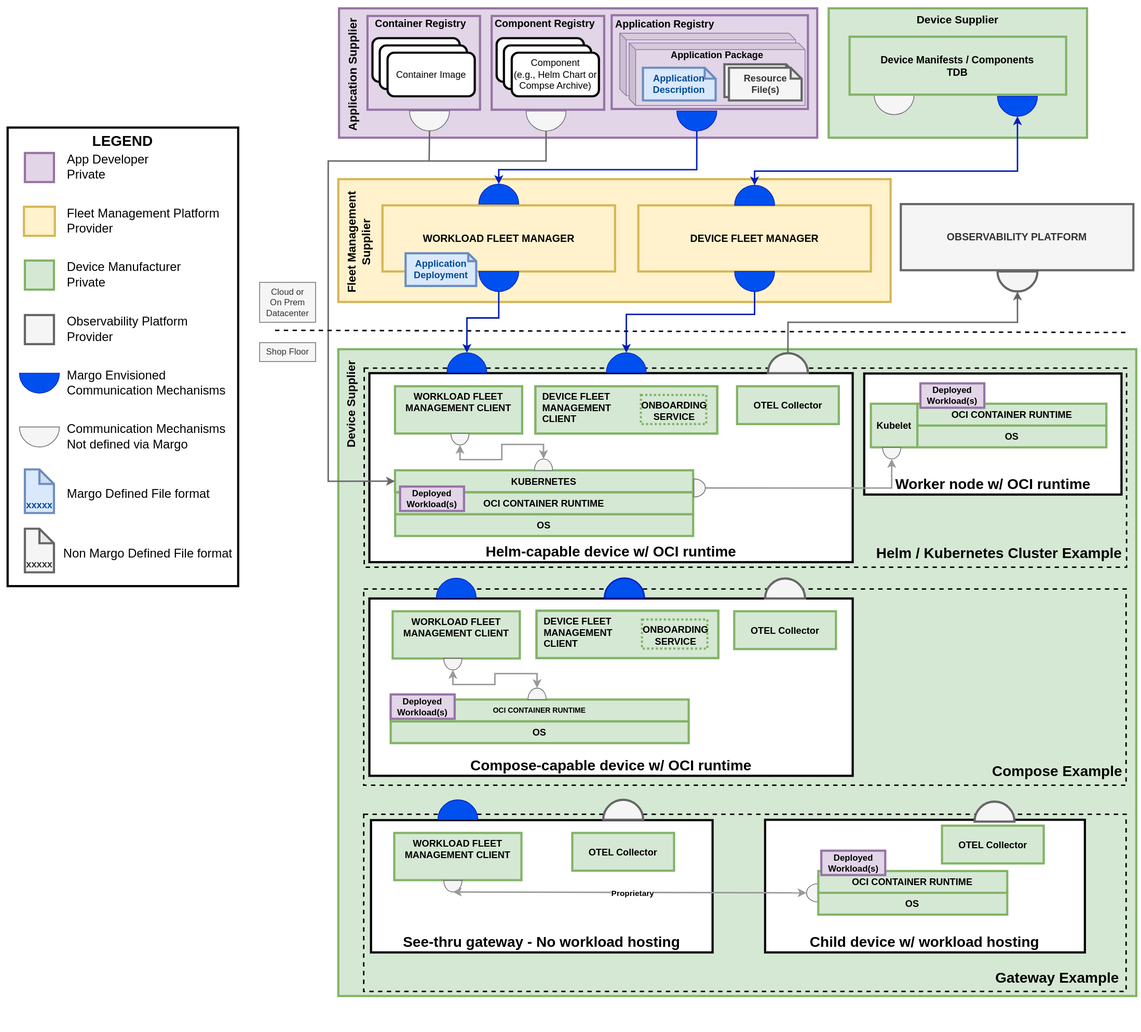
Above: system-design/figures/System-design.drawio.svg in margo/general_website_content (draw.io), before the change. Source tidied: cells renumbered, new cells last; positions are measured from the earlier drawing's top-left corner, leaving out a move shared by most shapes.
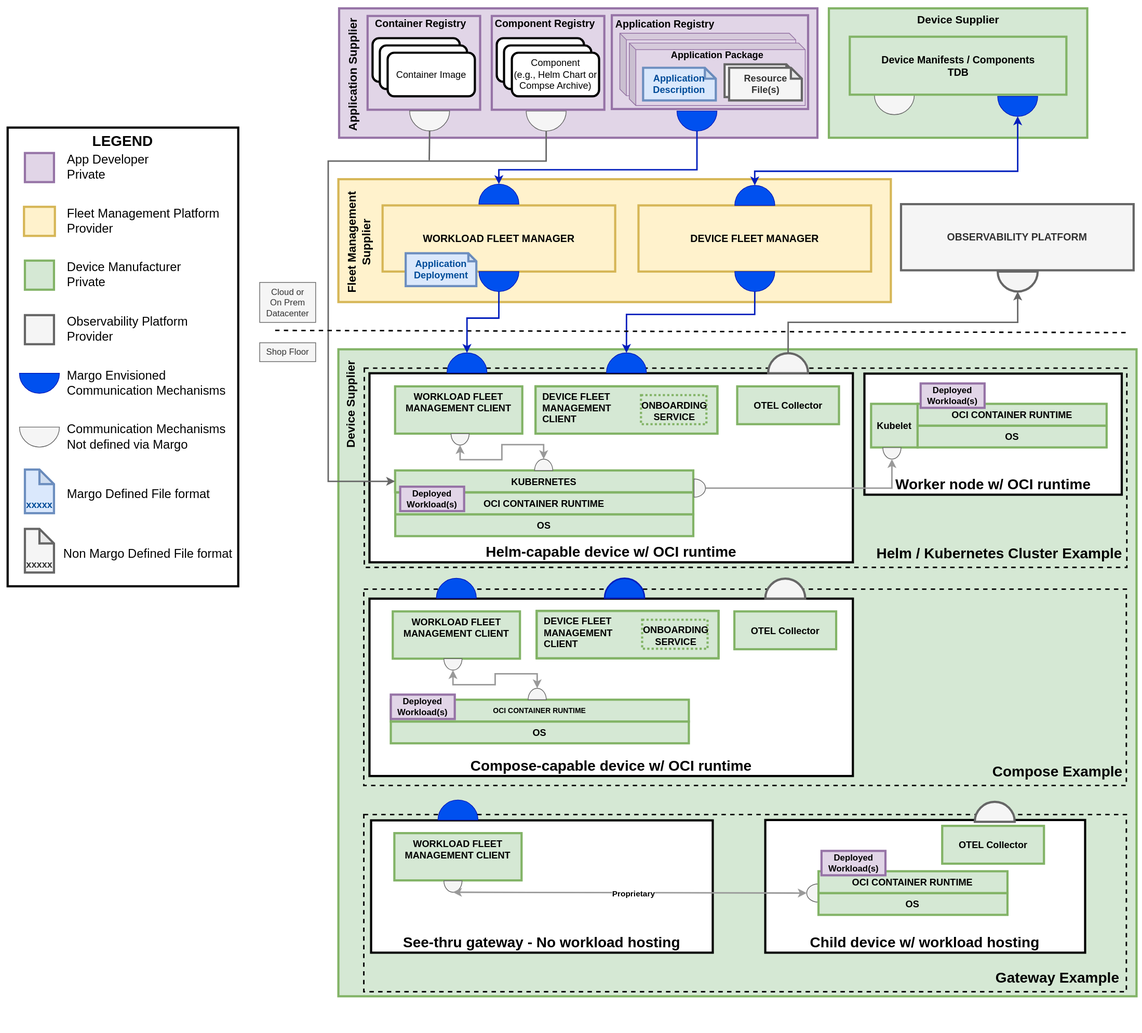
Later version of the same file.

Commit message:
Quick update to system design to match observability spec changes.

Diff of the diagram source:
```diff
@@ -369,12 +369,6 @@
     <mxCell id="113" style="verticalLabelPosition=bottom;verticalAlign=top;html=1;shape=mxgraph.basic.half_circle;fillColor=#0050ef;rotation=-180;rounded=0;fontFamily=Helvetica;fontColor=#ffffff;strokeColor=#001DBC;fontStyle=0;" parent="1" vertex="1">
       <mxGeometry x="602" y="1100" width="55" height="27.5" as="geometry" />
     </mxCell>
-    <mxCell id="114" style="verticalLabelPosition=bottom;verticalAlign=middle;html=1;shape=mxgraph.basic.half_circle;fillColor=#f5f5f5;strokeColor=#666666;rounded=0;fontColor=#333333;rotation=-180;fontFamily=Helvetica;fontStyle=1;strokeWidth=3;align=center;fontSize=12;" parent="1" vertex="1">
-      <mxGeometry x="829.5" y="1100" width="55" height="27.5" as="geometry" />
-    </mxCell>
-    <mxCell id="115" value="OTEL Collector" style="whiteSpace=wrap;align=center;verticalAlign=middle;fontStyle=1;strokeWidth=3;fontSize=13;rounded=0;fillColor=#d5e8d4;strokeColor=#82b366;fontFamily=Helvetica;" parent="1" vertex="1">
-      <mxGeometry x="787" y="1145.6" width="140" height="52" as="geometry" />
-    </mxCell>
     <mxCell id="116" style="verticalLabelPosition=bottom;verticalAlign=middle;html=1;shape=mxgraph.basic.half_circle;fillColor=#f5f5f5;strokeColor=#666666;rounded=0;fontColor=#333333;rotation=-180;fontFamily=Helvetica;fontStyle=1;strokeWidth=3;align=center;fontSize=12;" parent="1" vertex="1">
       <mxGeometry x="1340.4" y="1102.5" width="55" height="27.5" as="geometry" />
     </mxCell>
```
